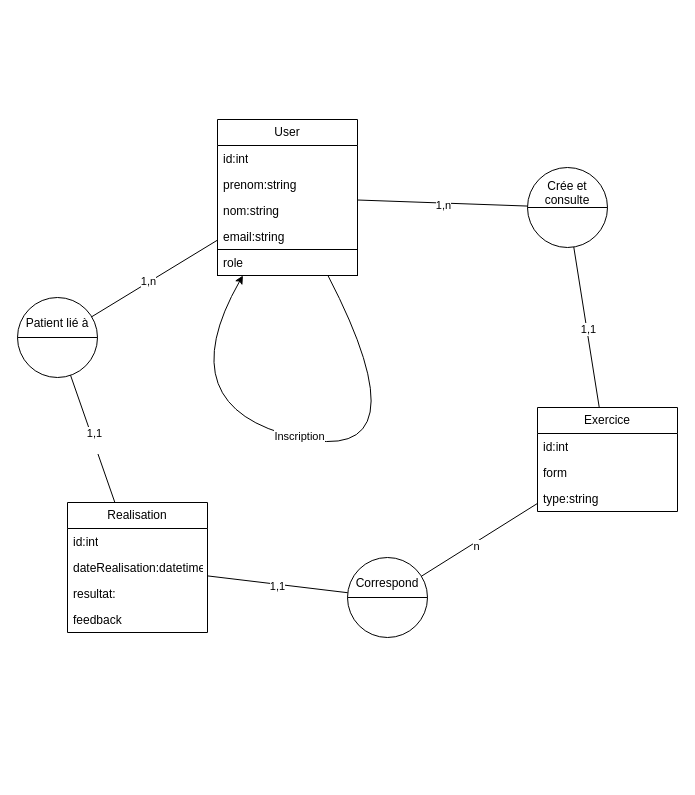
Before: documentation/diagramProjetSymfonyDV.drawio in DoroLunatiqua/ProjetSymfonyDV, a draw.io diagram. Source tidied: cells renumbered, new cells numbered last; positions are measured from the earlier drawing's top-left corner, leaving out a move shared by most shapes. Both pictures are drawn from the tidied source at 100%, with x=0, y=0 at pixel (17, 119).
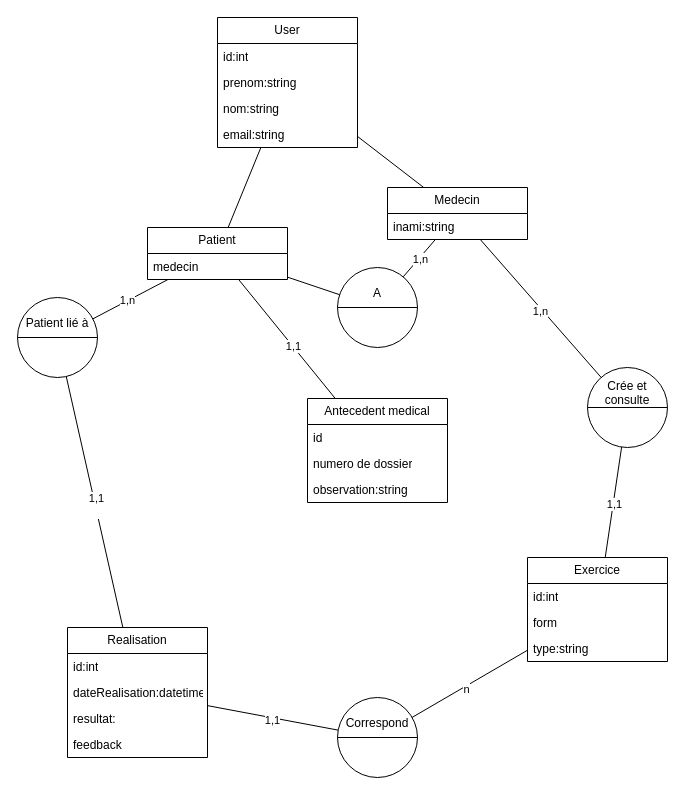
After the change.

The change refers to these unchanged cells:
```xml
<mxCell id="17" value="Patient lié à&lt;div&gt;&lt;br&gt;&lt;/div&gt;&lt;div&gt;&lt;br&gt;&lt;/div&gt;" style="shape=lineEllipse;perimeter=ellipsePerimeter;whiteSpace=wrap;html=1;backgroundOutline=1;" parent="1" vertex="1">
  <mxGeometry y="178" width="80" height="80" as="geometry" />
</mxCell>
```

Diff of the diagram source:
```diff
@@
     <mxCell id="2" value="User" style="swimlane;fontStyle=0;horizontal=1;startSize=26;fillColor=none;whiteSpace=wrap;html=1;" parent="1" vertex="1">
-      <mxGeometry x="200" width="140" height="156" as="geometry" />
+      <mxGeometry x="200" y="-102" width="140" height="130" as="geometry" />
     </mxCell>
@@
-    <mxCell id="7" value="role" style="text;strokeColor=default;fillColor=none;align=left;verticalAlign=top;spacingLeft=4;spacingRight=4;overflow=hidden;whiteSpace=wrap;html=1;" parent="2" vertex="1">
-      <mxGeometry y="130" width="140" height="26" as="geometry" />
-    </mxCell>
     <mxCell id="8" value="Exercice" style="swimlane;fontStyle=0;horizontal=1;startSize=26;fillColor=none;whiteSpace=wrap;html=1;" parent="1" vertex="1">
-      <mxGeometry x="520" y="288" width="140" height="104" as="geometry" />
+      <mxGeometry x="510" y="438" width="140" height="104" as="geometry" />
     </mxCell>
@@
     <mxCell id="12" value="Realisation" style="swimlane;fontStyle=0;horizontal=1;startSize=26;fillColor=none;whiteSpace=wrap;html=1;" parent="1" vertex="1">
-      <mxGeometry x="50" y="383" width="140" height="130" as="geometry" />
+      <mxGeometry x="50" y="508" width="140" height="130" as="geometry" />
     </mxCell>
@@
     <mxCell id="18" value="Crée et consulte&lt;div&gt;&lt;br&gt;&lt;/div&gt;&lt;div&gt;&lt;br&gt;&lt;/div&gt;" style="shape=lineEllipse;perimeter=ellipsePerimeter;whiteSpace=wrap;html=1;backgroundOutline=1;" parent="1" vertex="1">
-      <mxGeometry x="510" y="48" width="80" height="80" as="geometry" />
+      <mxGeometry x="570" y="248" width="80" height="80" as="geometry" />
     </mxCell>
     <mxCell id="19" value="Correspond&lt;div&gt;&lt;br&gt;&lt;/div&gt;&lt;div&gt;&lt;br&gt;&lt;/div&gt;" style="shape=lineEllipse;perimeter=ellipsePerimeter;whiteSpace=wrap;html=1;backgroundOutline=1;" parent="1" vertex="1">
-      <mxGeometry x="330" y="438" width="80" height="80" as="geometry" />
+      <mxGeometry x="320" y="578" width="80" height="80" as="geometry" />
     </mxCell>
-    <mxCell id="20" style="curved=1;endArrow=classic;html=1;rounded=0;" parent="1" edge="1" source="2" target="2">
-      <mxGeometry relative="1" as="geometry">
-        <Array as="points">
-          <mxPoint x="410" y="348" />
-          <mxPoint x="150" y="288" />
-        </Array>
-      </mxGeometry>
-    </mxCell>
-    <mxCell id="21" value="Inscription" style="edgeLabel;html=1;align=center;verticalAlign=middle;" parent="20" vertex="1">
-      <mxGeometry x="0.1" y="-2" relative="1" as="geometry" />
-    </mxCell>
-    <mxCell id="22" style="endArrow=none;html=1;rounded=0;" parent="1" edge="1" source="17" target="2">
+    <mxCell id="22" style="endArrow=none;html=1;rounded=0;" parent="1" edge="1" source="17" target="36">
       <mxGeometry relative="1" as="geometry" />
     </mxCell>
@@
-    <mxCell id="26" style="endArrow=none;html=1;rounded=0;" parent="1" edge="1" source="2" target="18">
+    <mxCell id="26" style="endArrow=none;html=1;rounded=0;" parent="1" edge="1" source="34" target="18">
       <mxGeometry relative="1" as="geometry" />
     </mxCell>
@@
+    <mxCell id="34" value="Medecin" style="swimlane;fontStyle=0;horizontal=1;startSize=26;fillColor=none;whiteSpace=wrap;html=1;" parent="1" vertex="1">
+      <mxGeometry x="370" y="68" width="140" height="52" as="geometry" />
+    </mxCell>
+    <mxCell id="35" value="inami:string" style="text;strokeColor=none;fillColor=none;align=left;verticalAlign=top;spacingLeft=4;spacingRight=4;overflow=hidden;whiteSpace=wrap;html=1;" parent="34" vertex="1">
+      <mxGeometry y="26" width="140" height="26" as="geometry" />
+    </mxCell>
+    <mxCell id="36" value="Patient" style="swimlane;fontStyle=0;horizontal=1;startSize=26;fillColor=none;whiteSpace=wrap;html=1;" parent="1" vertex="1">
+      <mxGeometry x="130" y="108" width="140" height="52" as="geometry" />
+    </mxCell>
+    <mxCell id="37" value="medecin" style="text;strokeColor=none;fillColor=none;align=left;verticalAlign=top;spacingLeft=4;spacingRight=4;overflow=hidden;whiteSpace=wrap;html=1;" parent="36" vertex="1">
+      <mxGeometry y="26" width="140" height="26" as="geometry" />
+    </mxCell>
+    <mxCell id="38" value="Antecedent medical" style="swimlane;fontStyle=0;horizontal=1;startSize=26;fillColor=none;whiteSpace=wrap;html=1;" parent="1" vertex="1">
+      <mxGeometry x="290" y="279" width="140" height="104" as="geometry" />
+    </mxCell>
+    <mxCell id="39" value="id" style="text;strokeColor=none;fillColor=none;align=left;verticalAlign=top;spacingLeft=4;spacingRight=4;overflow=hidden;whiteSpace=wrap;html=1;" parent="38" vertex="1">
+      <mxGeometry y="26" width="140" height="26" as="geometry" />
+    </mxCell>
+    <mxCell id="40" value="numero de dossier" style="text;strokeColor=none;fillColor=none;align=left;verticalAlign=top;spacingLeft=4;spacingRight=4;overflow=hidden;whiteSpace=wrap;html=1;" parent="38" vertex="1">
+      <mxGeometry y="52" width="140" height="26" as="geometry" />
+    </mxCell>
+    <mxCell id="41" value="observation:string" style="text;strokeColor=none;fillColor=none;align=left;verticalAlign=top;spacingLeft=4;spacingRight=4;overflow=hidden;whiteSpace=wrap;html=1;" parent="38" vertex="1">
+      <mxGeometry y="78" width="140" height="26" as="geometry" />
+    </mxCell>
+    <mxCell id="42" style="endArrow=none;html=1;rounded=0;" parent="1" edge="1" source="38" target="36">
+      <mxGeometry relative="1" as="geometry" />
+    </mxCell>
+    <mxCell id="43" value="1,1" style="edgeLabel;html=1;align=center;verticalAlign=middle;" parent="42" vertex="1">
+      <mxGeometry x="-0.12" relative="1" as="geometry" />
+    </mxCell>
+    <mxCell id="44" style="endArrow=none;html=1;rounded=0;" parent="1" edge="1" source="36" target="2">
+      <mxGeometry relative="1" as="geometry" />
+    </mxCell>
+    <mxCell id="45" style="endArrow=none;html=1;rounded=0;" parent="1" edge="1" source="34" target="2">
+      <mxGeometry relative="1" as="geometry" />
+    </mxCell>
+    <mxCell id="46" value="A&lt;div&gt;&lt;br&gt;&lt;/div&gt;&lt;div&gt;&lt;br&gt;&lt;/div&gt;" style="shape=lineEllipse;perimeter=ellipsePerimeter;whiteSpace=wrap;html=1;backgroundOutline=1;" parent="1" vertex="1">
+      <mxGeometry x="320" y="148" width="80" height="80" as="geometry" />
+    </mxCell>
+    <mxCell id="47" style="endArrow=none;html=1;rounded=0;" parent="1" edge="1" source="46" target="34">
+      <mxGeometry relative="1" as="geometry" />
+    </mxCell>
+    <mxCell id="48" value="1,n" style="edgeLabel;html=1;align=center;verticalAlign=middle;" parent="47" vertex="1">
+      <mxGeometry x="-0.01" y="-1" relative="1" as="geometry" />
+    </mxCell>
+    <mxCell id="49" style="endArrow=none;html=1;rounded=0;" parent="1" edge="1" source="36" target="46">
+      <mxGeometry relative="1" as="geometry" />
+    </mxCell>
```
